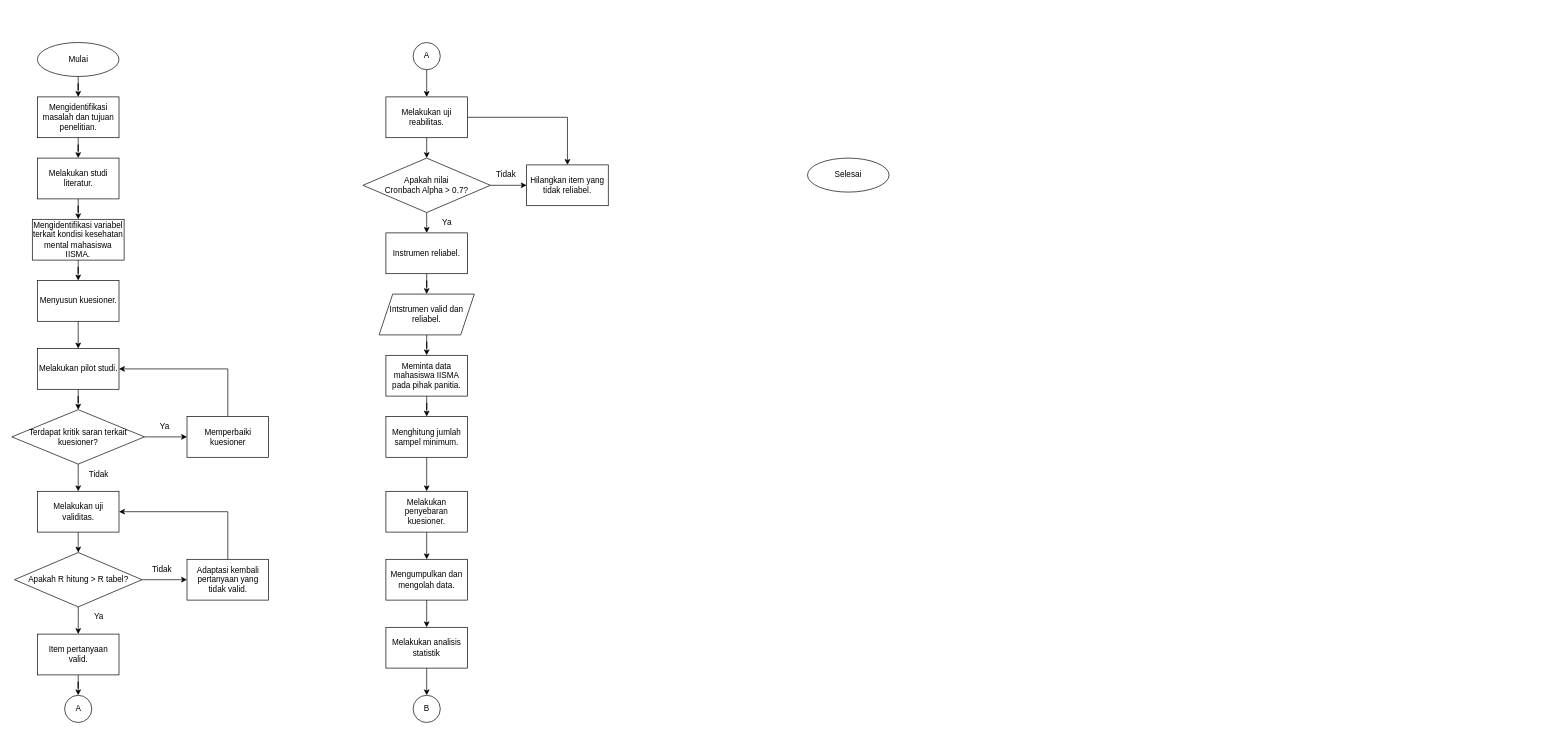
rianromad/Image-Storage keeps this draw.io diagram as Flowchart Metopen.drawio. Above is the earlier version. Source tidied: cells renumbered, new cells numbered last; positions are measured from the earlier drawing's top-left corner, leaving out a move shared by most shapes. Both pictures are drawn from the tidied source at 68%, with x=0, y=0 at pixel (12, 42).
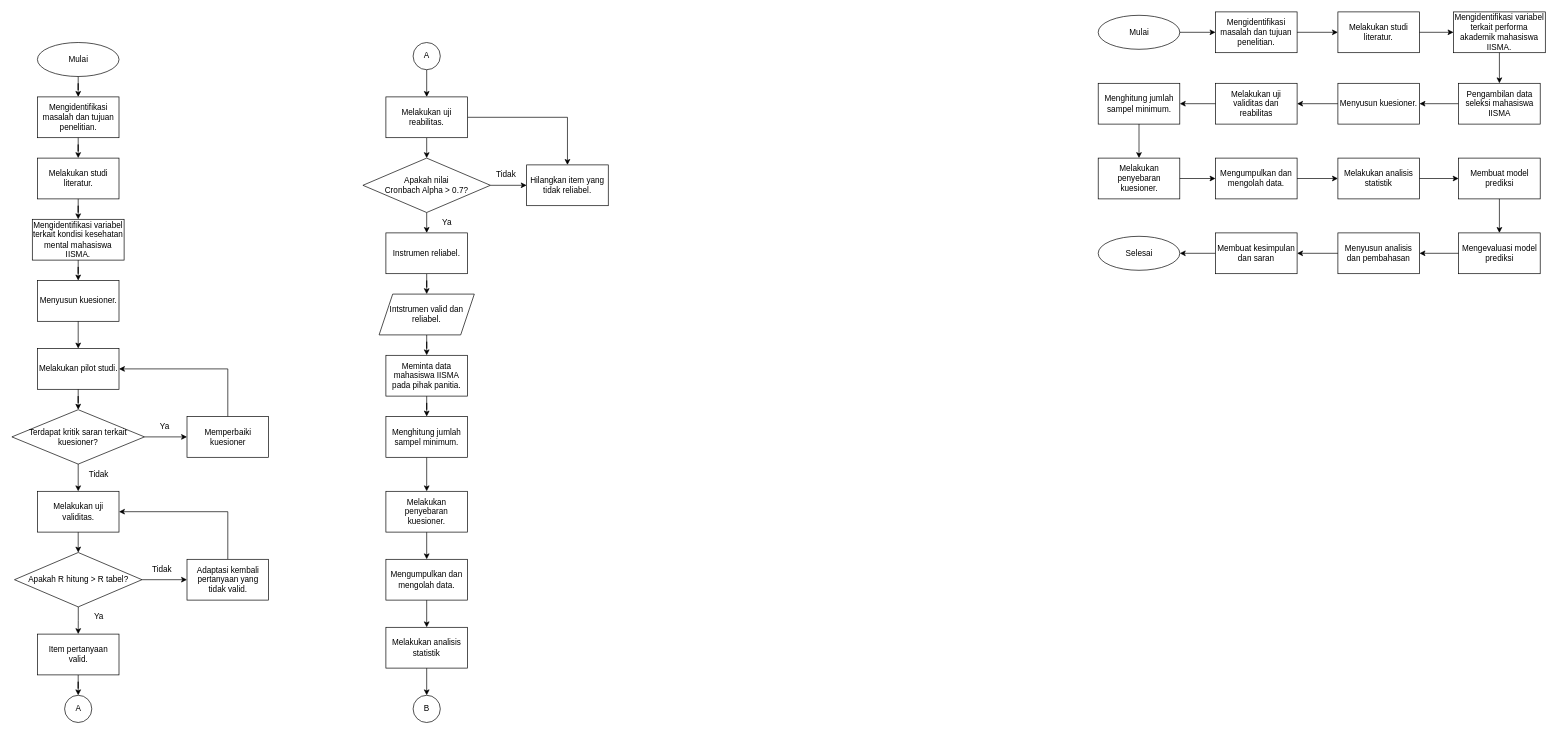
The same diagram, later.

Diff of the diagram source:
```diff
@@
-    <mxCell id="2" value="Selesai" style="ellipse;whiteSpace=wrap;html=1;" parent="1" vertex="1">
-      <mxGeometry x="1170" y="170" width="120" height="50" as="geometry" />
-    </mxCell>
@@
+    <mxCell id="61" style="group;" parent="1" vertex="1">
+      <mxGeometry x="1597.5" y="-45" width="657.5" height="385" as="geometry" />
+    </mxCell>
+    <mxCell id="2" value="Selesai" style="ellipse;whiteSpace=wrap;html=1;" parent="61" vertex="1">
+      <mxGeometry y="330" width="120" height="50" as="geometry" />
+    </mxCell>
+    <mxCell id="62" value="Mulai" style="ellipse;whiteSpace=wrap;html=1;" parent="61" vertex="1">
+      <mxGeometry y="5" width="120" height="50" as="geometry" />
+    </mxCell>
+    <mxCell id="63" value="Mengidentifikasi masalah dan tujuan penelitian." style="rounded=0;whiteSpace=wrap;html=1;" parent="61" vertex="1">
+      <mxGeometry x="172.5" width="120" height="60" as="geometry" />
+    </mxCell>
+    <mxCell id="64" style="edgeStyle=orthogonalEdgeStyle;rounded=0;jettySize=auto;html=1;entryX=0;entryY=0.5;entryDx=0;entryDy=0;" parent="61" edge="1" source="62" target="63">
+      <mxGeometry relative="1" as="geometry" />
+    </mxCell>
+    <mxCell id="65" value="Melakukan studi literatur." style="rounded=0;whiteSpace=wrap;html=1;" parent="61" vertex="1">
+      <mxGeometry x="352.5" width="120" height="60" as="geometry" />
+    </mxCell>
+    <mxCell id="66" style="edgeStyle=orthogonalEdgeStyle;rounded=0;jettySize=auto;html=1;entryX=0;entryY=0.5;entryDx=0;entryDy=0;" parent="61" edge="1" source="63" target="65">
+      <mxGeometry relative="1" as="geometry" />
+    </mxCell>
+    <mxCell id="67" value="Mengidentifikasi variabel terkait performa akademik mahasiswa IISMA." style="rounded=0;whiteSpace=wrap;html=1;" parent="61" vertex="1">
+      <mxGeometry x="522.5" width="135" height="60" as="geometry" />
+    </mxCell>
+    <mxCell id="68" style="edgeStyle=orthogonalEdgeStyle;rounded=0;jettySize=auto;html=1;entryX=0;entryY=0.5;entryDx=0;entryDy=0;" parent="61" edge="1" source="65" target="67">
+      <mxGeometry relative="1" as="geometry" />
+    </mxCell>
+    <mxCell id="69" value="Menyusun kuesioner." style="rounded=0;whiteSpace=wrap;html=1;" parent="61" vertex="1">
+      <mxGeometry x="352.5" y="105" width="120" height="60" as="geometry" />
+    </mxCell>
+    <mxCell id="70" style="edgeStyle=orthogonalEdgeStyle;rounded=0;jettySize=auto;html=1;entryX=1;entryY=0.5;entryDx=0;entryDy=0;" parent="61" edge="1" source="71" target="69">
+      <mxGeometry relative="1" as="geometry" />
+    </mxCell>
+    <mxCell id="71" value="Pengambilan data seleksi mahasiswa IISMA" style="rounded=0;whiteSpace=wrap;html=1;" parent="61" vertex="1">
+      <mxGeometry x="530" y="105" width="120" height="60" as="geometry" />
+    </mxCell>
+    <mxCell id="72" style="edgeStyle=orthogonalEdgeStyle;rounded=0;jettySize=auto;html=1;entryX=0.5;entryY=0;entryDx=0;entryDy=0;" parent="61" edge="1" source="67" target="71">
+      <mxGeometry relative="1" as="geometry" />
+    </mxCell>
+    <mxCell id="73" value="Melakukan uji validitas dan reabilitas" style="rounded=0;whiteSpace=wrap;html=1;" parent="61" vertex="1">
+      <mxGeometry x="172.5" y="105" width="120" height="60" as="geometry" />
+    </mxCell>
+    <mxCell id="74" style="edgeStyle=orthogonalEdgeStyle;rounded=0;jettySize=auto;html=1;entryX=1;entryY=0.5;entryDx=0;entryDy=0;" parent="61" edge="1" source="69" target="73">
+      <mxGeometry relative="1" as="geometry" />
+    </mxCell>
+    <mxCell id="75" value="Menghitung jumlah sampel minimum." style="rounded=0;whiteSpace=wrap;html=1;" parent="61" vertex="1">
+      <mxGeometry y="105" width="120" height="60" as="geometry" />
+    </mxCell>
+    <mxCell id="76" style="edgeStyle=orthogonalEdgeStyle;rounded=0;jettySize=auto;html=1;entryX=1;entryY=0.5;entryDx=0;entryDy=0;" parent="61" edge="1" source="73" target="75">
+      <mxGeometry relative="1" as="geometry" />
+    </mxCell>
+    <mxCell id="77" value="Melakukan penyebaran kuesioner." style="rounded=0;whiteSpace=wrap;html=1;" parent="61" vertex="1">
+      <mxGeometry y="215" width="120" height="60" as="geometry" />
+    </mxCell>
+    <mxCell id="78" style="edgeStyle=orthogonalEdgeStyle;rounded=0;jettySize=auto;html=1;entryX=0.5;entryY=0;entryDx=0;entryDy=0;" parent="61" edge="1" source="75" target="77">
+      <mxGeometry relative="1" as="geometry" />
+    </mxCell>
+    <mxCell id="79" value="Mengumpulkan dan mengolah data." style="rounded=0;whiteSpace=wrap;html=1;" parent="61" vertex="1">
+      <mxGeometry x="172.5" y="215" width="120" height="60" as="geometry" />
+    </mxCell>
+    <mxCell id="80" style="edgeStyle=orthogonalEdgeStyle;rounded=0;jettySize=auto;html=1;entryX=0;entryY=0.5;entryDx=0;entryDy=0;" parent="61" edge="1" source="77" target="79">
+      <mxGeometry relative="1" as="geometry" />
+    </mxCell>
+    <mxCell id="81" value="Melakukan analisis statistik" style="rounded=0;whiteSpace=wrap;html=1;" parent="61" vertex="1">
+      <mxGeometry x="352.5" y="215" width="120" height="60" as="geometry" />
+    </mxCell>
+    <mxCell id="82" style="edgeStyle=orthogonalEdgeStyle;rounded=0;jettySize=auto;html=1;entryX=0;entryY=0.5;entryDx=0;entryDy=0;" parent="61" edge="1" source="79" target="81">
+      <mxGeometry relative="1" as="geometry" />
+    </mxCell>
+    <mxCell id="83" value="Membuat model prediksi" style="rounded=0;whiteSpace=wrap;html=1;" parent="61" vertex="1">
+      <mxGeometry x="530" y="215" width="120" height="60" as="geometry" />
+    </mxCell>
+    <mxCell id="84" style="edgeStyle=orthogonalEdgeStyle;rounded=0;jettySize=auto;html=1;entryX=0;entryY=0.5;entryDx=0;entryDy=0;" parent="61" edge="1" source="81" target="83">
+      <mxGeometry relative="1" as="geometry" />
+    </mxCell>
+    <mxCell id="85" value="Mengevaluasi model prediksi" style="rounded=0;whiteSpace=wrap;html=1;" parent="61" vertex="1">
+      <mxGeometry x="530" y="325" width="120" height="60" as="geometry" />
+    </mxCell>
+    <mxCell id="86" style="edgeStyle=orthogonalEdgeStyle;rounded=0;jettySize=auto;html=1;entryX=0.5;entryY=0;entryDx=0;entryDy=0;" parent="61" edge="1" source="83" target="85">
+      <mxGeometry relative="1" as="geometry" />
+    </mxCell>
+    <mxCell id="87" value="Menyusun analisis dan pembahasan" style="rounded=0;whiteSpace=wrap;html=1;" parent="61" vertex="1">
+      <mxGeometry x="352.5" y="325" width="120" height="60" as="geometry" />
+    </mxCell>
+    <mxCell id="88" style="edgeStyle=orthogonalEdgeStyle;rounded=0;jettySize=auto;html=1;entryX=1;entryY=0.5;entryDx=0;entryDy=0;" parent="61" edge="1" source="85" target="87">
+      <mxGeometry relative="1" as="geometry" />
+    </mxCell>
+    <mxCell id="89" style="edgeStyle=orthogonalEdgeStyle;rounded=0;jettySize=auto;html=1;entryX=1;entryY=0.5;entryDx=0;entryDy=0;" parent="61" edge="1" source="90" target="2">
+      <mxGeometry relative="1" as="geometry" />
+    </mxCell>
+    <mxCell id="90" value="Membuat kesimpulan dan saran" style="rounded=0;whiteSpace=wrap;html=1;" parent="61" vertex="1">
+      <mxGeometry x="172.5" y="325" width="120" height="60" as="geometry" />
+    </mxCell>
+    <mxCell id="91" style="edgeStyle=orthogonalEdgeStyle;rounded=0;jettySize=auto;html=1;entryX=1;entryY=0.5;entryDx=0;entryDy=0;" parent="61" edge="1" source="87" target="90">
+      <mxGeometry relative="1" as="geometry" />
+    </mxCell>
```
